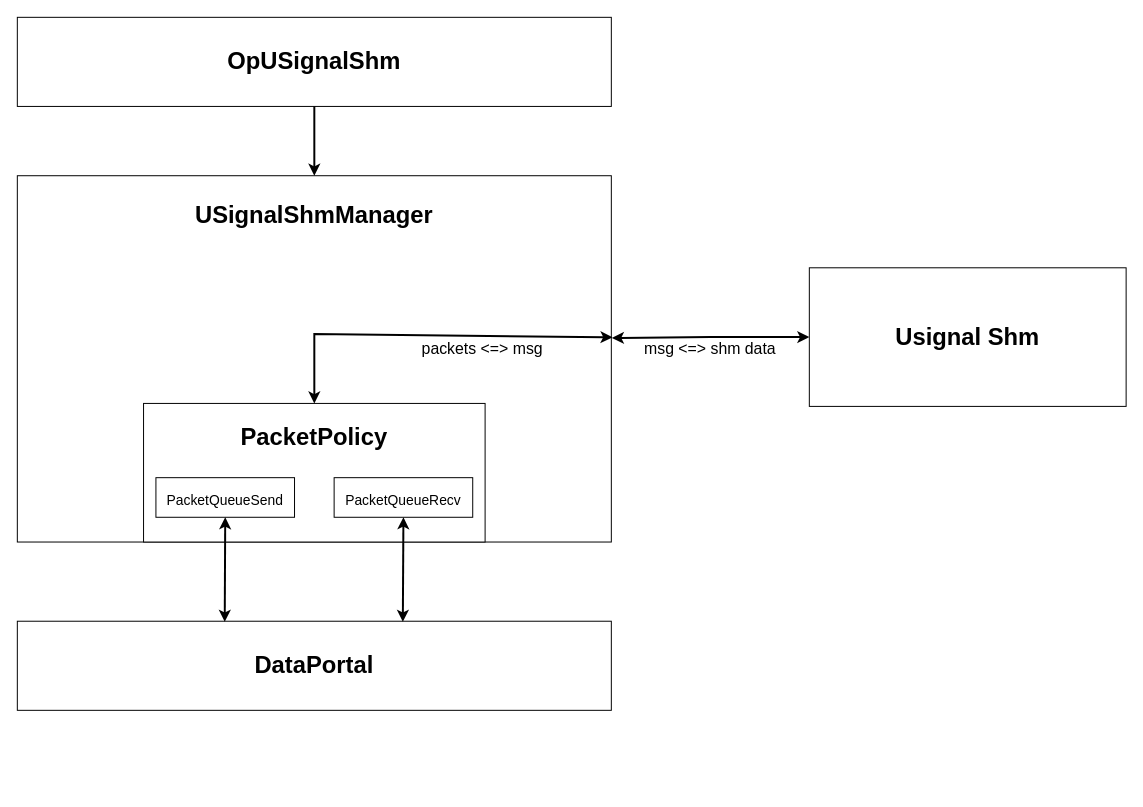
Above: usignal.drawio in rullox/homework (draw.io), before the change. Source tidied: cells renumbered, new cells numbered last; positions are measured from the earlier drawing's top-left corner, leaving out a move shared by most shapes. Both pictures are drawn from the tidied source at 99%, with x=0, y=0 at pixel (17, 17).
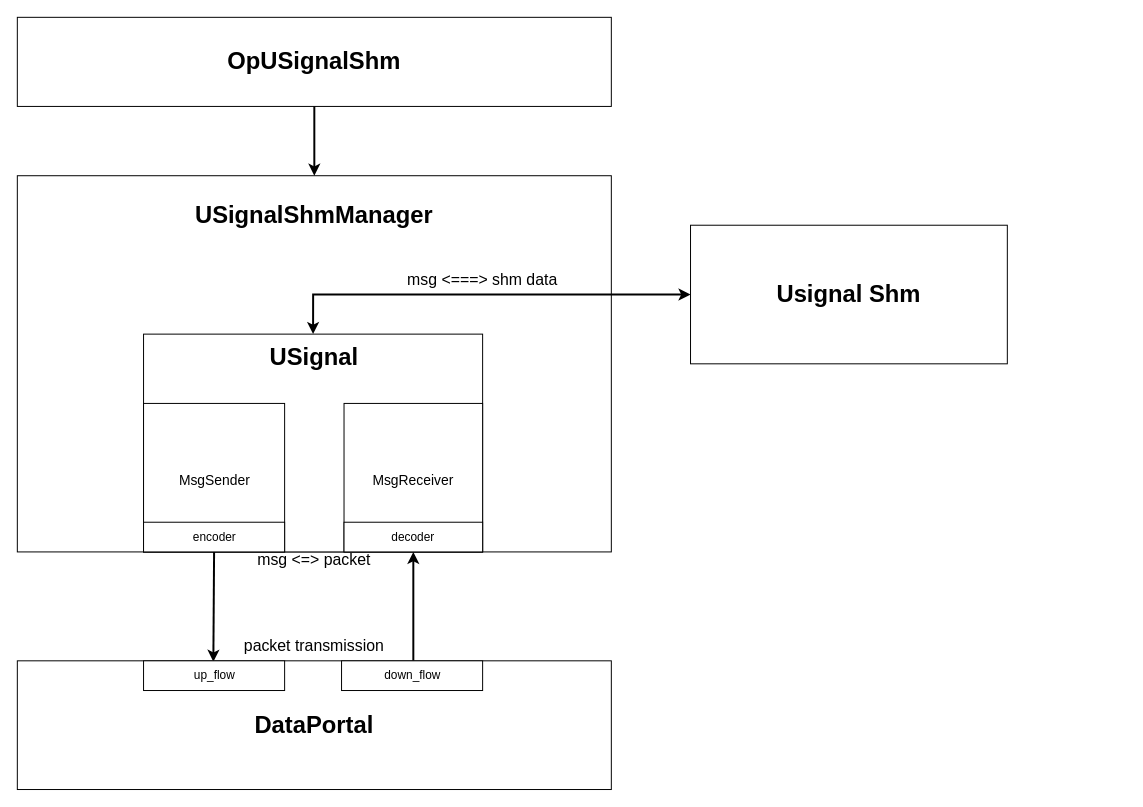
The same page after the edit.

Change to the diagram source:
```diff
@@
-    <mxCell id="2" value="&lt;b&gt;&lt;font style=&quot;font-size: 24px;&quot;&gt;DataPortal&lt;/font&gt;&lt;/b&gt;" style="rounded=0;whiteSpace=wrap;html=1;" parent="1" vertex="1">
-      <mxGeometry y="610" width="600" height="90" as="geometry" />
-    </mxCell>
@@
     <mxCell id="4" style="rounded=0;whiteSpace=wrap;html=1;fontSize=18;" parent="1" vertex="1">
-      <mxGeometry y="160" width="600" height="370" as="geometry" />
+      <mxGeometry y="160" width="600" height="380" as="geometry" />
     </mxCell>
@@
-    <mxCell id="7" style="rounded=0;whiteSpace=wrap;html=1;fontSize=24;" parent="1" vertex="1">
-      <mxGeometry x="127.5" y="390" width="345" height="140" as="geometry" />
-    </mxCell>
-    <mxCell id="8" value="&lt;h1&gt;&lt;font style=&quot;font-size: 24px;&quot;&gt;PacketPolicy&lt;/font&gt;&lt;/h1&gt;" style="text;html=1;strokeColor=none;fillColor=none;spacing=5;spacingTop=-20;whiteSpace=wrap;overflow=hidden;rounded=0;fontSize=24;align=center;" parent="1" vertex="1">
-      <mxGeometry x="205" y="365" width="190" height="80" as="geometry" />
-    </mxCell>
-    <mxCell id="9" value="&lt;span style=&quot;font-size: 14px;&quot;&gt;PacketQueueSend&lt;/span&gt;" style="rounded=0;whiteSpace=wrap;html=1;fontSize=24;align=center;" parent="1" vertex="1">
-      <mxGeometry x="140" y="465" width="140" height="40" as="geometry" />
-    </mxCell>
-    <mxCell id="10" value="&lt;font style=&quot;font-size: 14px;&quot;&gt;PacketQueueRecv&lt;/font&gt;" style="rounded=0;whiteSpace=wrap;html=1;fontSize=24;align=center;" parent="1" vertex="1">
-      <mxGeometry x="320" y="465" width="140" height="40" as="geometry" />
-    </mxCell>
-    <mxCell id="11" style="endArrow=classic;startArrow=classic;html=1;rounded=0;fontFamily=Helvetica;fontSize=24;entryX=0.5;entryY=1;entryDx=0;entryDy=0;exitX=0.649;exitY=0.007;exitDx=0;exitDy=0;exitPerimeter=0;strokeWidth=2;" parent="1" edge="1" source="2" target="10">
-      <mxGeometry relative="1" as="geometry" />
+    <mxCell id="11" style="endArrow=classic;startArrow=none;html=1;rounded=0;fontFamily=Helvetica;fontSize=24;entryX=0.5;entryY=1;entryDx=0;entryDy=0;strokeWidth=2;startFill=0;" parent="1" edge="1" target="10">
+      <mxGeometry relative="1" as="geometry">
+        <mxPoint x="400" y="710" as="sourcePoint" />
+      </mxGeometry>
     </mxCell>
-    <mxCell id="12" style="endArrow=classic;startArrow=classic;html=1;rounded=0;fontFamily=Helvetica;fontSize=24;exitX=0.649;exitY=0.007;exitDx=0;exitDy=0;exitPerimeter=0;strokeWidth=2;entryX=0.5;entryY=1;entryDx=0;entryDy=0;" parent="1" edge="1" target="9">
-      <mxGeometry relative="1" as="geometry">
-        <mxPoint x="209.5" y="610.6" as="sourcePoint" />
-      </mxGeometry>
+    <mxCell id="12" style="endArrow=none;startArrow=classic;html=1;rounded=0;fontFamily=Helvetica;fontSize=24;exitX=0.33;exitY=0.007;exitDx=0;exitDy=0;exitPerimeter=0;strokeWidth=2;entryX=0.5;entryY=1;entryDx=0;entryDy=0;endFill=0;" parent="1" edge="1" source="2" target="9">
+      <mxGeometry relative="1" as="geometry" />
     </mxCell>
-    <mxCell id="13" style="edgeStyle=orthogonalEdgeStyle;rounded=0;jettySize=auto;html=1;exitX=0;exitY=0.5;exitDx=0;exitDy=0;fontFamily=Helvetica;fontSize=24;strokeWidth=2;startArrow=classic;startFill=1;entryX=1.001;entryY=0.443;entryDx=0;entryDy=0;entryPerimeter=0;" parent="1" edge="1" source="14" target="4">
-      <mxGeometry relative="1" as="geometry" />
+    <mxCell id="13" style="edgeStyle=orthogonalEdgeStyle;rounded=0;jettySize=auto;html=1;exitX=0;exitY=0.5;exitDx=0;exitDy=0;fontFamily=Helvetica;fontSize=24;strokeWidth=2;startArrow=classic;startFill=1;entryX=0.5;entryY=0;entryDx=0;entryDy=0;" parent="1" edge="1" source="14" target="7">
+      <mxGeometry relative="1" as="geometry">
+        <Array as="points">
+          <mxPoint x="299" y="280" />
+        </Array>
+      </mxGeometry>
     </mxCell>
     <mxCell id="14" value="&lt;b&gt;Usignal Shm&lt;/b&gt;" style="rounded=0;whiteSpace=wrap;html=1;fontFamily=Helvetica;fontSize=24;" parent="1" vertex="1">
-      <mxGeometry x="800" y="253" width="320" height="140" as="geometry" />
+      <mxGeometry x="680" y="210" width="320" height="140" as="geometry" />
     </mxCell>
@@
-    <mxCell id="16" style="endArrow=classic;startArrow=classic;html=1;rounded=0;fontFamily=Helvetica;fontSize=24;strokeWidth=2;entryX=1.002;entryY=0.441;entryDx=0;entryDy=0;exitX=0.5;exitY=0;exitDx=0;exitDy=0;entryPerimeter=0;" parent="1" edge="1" source="7" target="4">
-      <mxGeometry relative="1" as="geometry">
-        <Array as="points">
-          <mxPoint x="300" y="320" />
-        </Array>
-      </mxGeometry>
-    </mxCell>
-    <mxCell id="17" value="&lt;font style=&quot;font-size: 16px;&quot;&gt;msg &amp;lt;=&amp;gt; shm data&lt;/font&gt;" style="text;html=1;strokeColor=none;fillColor=none;align=center;verticalAlign=middle;whiteSpace=wrap;rounded=0;fontFamily=Helvetica;fontSize=1;" parent="1" vertex="1">
-      <mxGeometry x="610" y="320" width="180" height="30" as="geometry" />
+    <mxCell id="17" value="&lt;font style=&quot;font-size: 16px;&quot;&gt;msg &amp;lt;===&amp;gt; shm data&lt;/font&gt;" style="text;html=1;strokeColor=none;fillColor=none;align=center;verticalAlign=middle;whiteSpace=wrap;rounded=0;fontFamily=Helvetica;fontSize=1;" parent="1" vertex="1">
+      <mxGeometry x="380" y="250" width="180" height="30" as="geometry" />
     </mxCell>
-    <mxCell id="18" value="&lt;font style=&quot;font-size: 16px;&quot;&gt;packets &amp;lt;=&amp;gt; msg&lt;/font&gt;" style="text;html=1;strokeColor=none;fillColor=none;align=center;verticalAlign=middle;whiteSpace=wrap;rounded=0;fontFamily=Helvetica;fontSize=1;" parent="1" vertex="1">
-      <mxGeometry x="380" y="320" width="180" height="30" as="geometry" />
-    </mxCell>
+    <mxCell id="19" value="&lt;font style=&quot;font-size: 16px;&quot;&gt;msg &amp;lt;=&amp;gt; packet&lt;/font&gt;" style="text;html=1;strokeColor=none;fillColor=none;align=center;verticalAlign=middle;whiteSpace=wrap;rounded=0;fontFamily=Helvetica;fontSize=1;" parent="1" vertex="1">
+      <mxGeometry x="210" y="533" width="180" height="30" as="geometry" />
+    </mxCell>
+    <mxCell id="20" style="group;" parent="1" vertex="1">
+      <mxGeometry y="650" width="600" height="130" as="geometry" />
+    </mxCell>
+    <mxCell id="2" value="&lt;b&gt;&lt;font style=&quot;font-size: 24px;&quot;&gt;DataPortal&lt;/font&gt;&lt;/b&gt;" style="rounded=0;whiteSpace=wrap;html=1;" parent="20" vertex="1">
+      <mxGeometry width="600" height="130" as="geometry" />
+    </mxCell>
+    <mxCell id="21" value="up_flow" style="rounded=0;whiteSpace=wrap;html=1;" parent="20" vertex="1">
+      <mxGeometry x="127.5" width="142.5" height="30" as="geometry" />
+    </mxCell>
+    <mxCell id="22" value="down_flow" style="rounded=0;whiteSpace=wrap;html=1;" parent="20" vertex="1">
+      <mxGeometry x="327.5" width="142.5" height="30" as="geometry" />
+    </mxCell>
+    <mxCell id="23" style="group;" parent="1" vertex="1">
+      <mxGeometry x="127.5" y="285" width="392.5" height="255" as="geometry" />
+    </mxCell>
+    <mxCell id="7" style="rounded=0;whiteSpace=wrap;html=1;fontSize=24;" parent="23" vertex="1">
+      <mxGeometry y="35" width="342.5" height="220" as="geometry" />
+    </mxCell>
+    <mxCell id="8" value="&lt;h1&gt;&lt;font style=&quot;font-size: 24px;&quot;&gt;USignal&lt;/font&gt;&lt;/h1&gt;" style="text;html=1;strokeColor=none;fillColor=none;spacing=5;spacingTop=-20;whiteSpace=wrap;overflow=hidden;rounded=0;fontSize=24;align=center;" parent="23" vertex="1">
+      <mxGeometry x="77.5" width="190" height="80" as="geometry" />
+    </mxCell>
+    <mxCell id="9" value="&lt;span style=&quot;font-size: 14px;&quot;&gt;MsgSender&lt;/span&gt;" style="rounded=0;whiteSpace=wrap;html=1;fontSize=24;align=center;" parent="23" vertex="1">
+      <mxGeometry y="105" width="142.5" height="150" as="geometry" />
+    </mxCell>
+    <mxCell id="10" value="&lt;font style=&quot;font-size: 14px;&quot;&gt;MsgReceiver&lt;/font&gt;" style="rounded=0;whiteSpace=wrap;html=1;fontSize=24;align=center;" parent="23" vertex="1">
+      <mxGeometry x="202.5" y="105" width="140" height="150" as="geometry" />
+    </mxCell>
+    <mxCell id="24" value="encoder" style="rounded=0;whiteSpace=wrap;html=1;" parent="23" vertex="1">
+      <mxGeometry y="225" width="142.5" height="30" as="geometry" />
+    </mxCell>
+    <mxCell id="25" value="decoder" style="rounded=0;whiteSpace=wrap;html=1;" parent="23" vertex="1">
+      <mxGeometry x="202.5" y="225" width="140" height="30" as="geometry" />
+    </mxCell>
+    <mxCell id="26" value="&lt;font style=&quot;font-size: 16px;&quot;&gt;packet transmission&lt;/font&gt;" style="text;html=1;strokeColor=none;fillColor=none;align=center;verticalAlign=middle;whiteSpace=wrap;rounded=0;fontFamily=Helvetica;fontSize=1;" parent="1" vertex="1">
+      <mxGeometry x="210" y="620" width="180" height="30" as="geometry" />
+    </mxCell>
```
